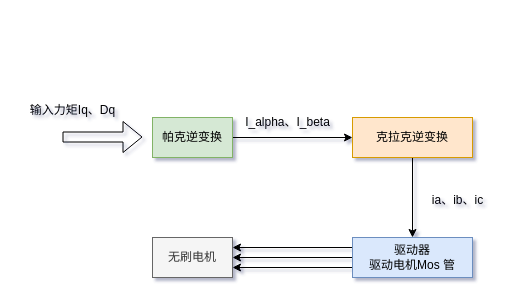
Vinson-001/Blog-flow-chart keeps this draw.io diagram as page "基本过程" (1 of 4) of FoC 控制算法.drawio. Above is the earlier version. Source tidied: cells renumbered, new cells numbered last; positions are measured from the earlier drawing's top-left corner, leaving out a move shared by most shapes. Both pictures are drawn from the tidied source at 100%, with x=0, y=0 at pixel (17, 95). Pictures stored in the file or linked from it are replaced by grey dashed boxes.
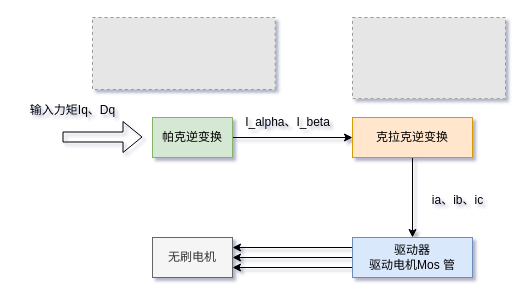
The same page after the edit.

Commit message (it also covers changes not shown here):
更新FoC 控制算法.drawio

Change to the diagram source:
```diff
@@
 <mxGraphModel shadow="1">
   <root>
     <mxCell id="0" />
     <mxCell id="1" parent="0" />
     <mxCell id="2" style="edgeStyle=orthogonalEdgeStyle;rounded=0;jettySize=auto;html=1;exitX=1;exitY=0.5;exitDx=0;exitDy=0;entryX=0;entryY=0.5;entryDx=0;entryDy=0;" parent="1" edge="1" source="3" target="5">
       <mxGeometry relative="1" as="geometry" />
     </mxCell>
     <mxCell id="3" value="帕克逆变换" style="rounded=0;whiteSpace=wrap;html=1;fillColor=#d5e8d4;strokeColor=#82b366;" parent="1" vertex="1">
       <mxGeometry x="135" y="22" width="80" height="40" as="geometry" />
     </mxCell>
     <mxCell id="4" style="edgeStyle=orthogonalEdgeStyle;rounded=0;jettySize=auto;html=1;exitX=0.5;exitY=1;exitDx=0;exitDy=0;entryX=0.5;entryY=0;entryDx=0;entryDy=0;" parent="1" edge="1" source="5" target="9">
       <mxGeometry relative="1" as="geometry" />
     </mxCell>
     <mxCell id="5" value="克拉克逆变换" style="rounded=0;whiteSpace=wrap;html=1;fillColor=#ffe6cc;strokeColor=#d79b00;" parent="1" vertex="1">
       <mxGeometry x="335" y="22" width="120" height="40" as="geometry" />
     </mxCell>
     <mxCell id="6" style="edgeStyle=orthogonalEdgeStyle;rounded=0;jettySize=auto;html=1;exitX=0;exitY=0.25;exitDx=0;exitDy=0;entryX=1;entryY=0.25;entryDx=0;entryDy=0;" parent="1" edge="1" source="9" target="10">
       <mxGeometry relative="1" as="geometry" />
     </mxCell>
     <mxCell id="7" style="edgeStyle=orthogonalEdgeStyle;rounded=0;jettySize=auto;html=1;exitX=0;exitY=0.5;exitDx=0;exitDy=0;entryX=1;entryY=0.5;entryDx=0;entryDy=0;" parent="1" edge="1" source="9" target="10">
       <mxGeometry relative="1" as="geometry" />
     </mxCell>
     <mxCell id="8" style="edgeStyle=orthogonalEdgeStyle;rounded=0;jettySize=auto;html=1;exitX=0;exitY=0.75;exitDx=0;exitDy=0;entryX=1;entryY=0.75;entryDx=0;entryDy=0;" parent="1" edge="1" source="9" target="10">
       <mxGeometry relative="1" as="geometry" />
     </mxCell>
     <mxCell id="9" value="驱动器&lt;div&gt;驱动电机Mos 管&lt;/div&gt;" style="rounded=0;whiteSpace=wrap;html=1;fillColor=#dae8fc;strokeColor=#6c8ebf;" parent="1" vertex="1">
       <mxGeometry x="335" y="142" width="120" height="40" as="geometry" />
     </mxCell>
     <mxCell id="10" value="无刷电机" style="rounded=0;whiteSpace=wrap;html=1;fillColor=#f5f5f5;strokeColor=#666666;fontColor=#333333;" parent="1" vertex="1">
       <mxGeometry x="135" y="142" width="80" height="40" as="geometry" />
     </mxCell>
     <mxCell id="11" value="ia、ib、ic" style="text;html=1;align=center;verticalAlign=middle;strokeColor=none;fillColor=none;" parent="1" vertex="1">
       <mxGeometry x="405" y="90" width="70" height="30" as="geometry" />
     </mxCell>
     <mxCell id="12" style="shape=flexArrow;endArrow=classic;html=1;rounded=0;" parent="1" edge="1">
       <mxGeometry relative="1" as="geometry">
         <mxPoint x="45" y="41.5" as="sourcePoint" />
         <mxPoint x="125" y="41.5" as="targetPoint" />
       </mxGeometry>
     </mxCell>
     <mxCell id="13" value="输入力矩Iq、Dq" style="text;html=1;align=center;verticalAlign=middle;strokeColor=none;fillColor=none;" parent="1" vertex="1">
       <mxGeometry width="110" height="30" as="geometry" />
     </mxCell>
     <mxCell id="14" value="I_alpha、I_beta" style="text;html=1;align=center;verticalAlign=middle;strokeColor=none;fillColor=none;" parent="1" vertex="1">
       <mxGeometry x="215" y="12" width="110" height="30" as="geometry" />
     </mxCell>
+    <mxCell id="15" style="fillColor=#E6E6E6;strokeColor=#999999;dashed=1;verticalLabelPosition=bottom;labelBackgroundColor=default;verticalAlign=top;" parent="1" vertex="1">
+      <mxGeometry x="75" y="-78" width="182.7" height="72" as="geometry" />
+    </mxCell>
+    <mxCell id="16" style="fillColor=#E6E6E6;strokeColor=#999999;dashed=1;verticalLabelPosition=bottom;labelBackgroundColor=default;verticalAlign=top;" parent="1" vertex="1">
+      <mxGeometry x="335" y="-78" width="153" height="81.2" as="geometry" />
+    </mxCell>
   </root>
 </mxGraphModel>
```
